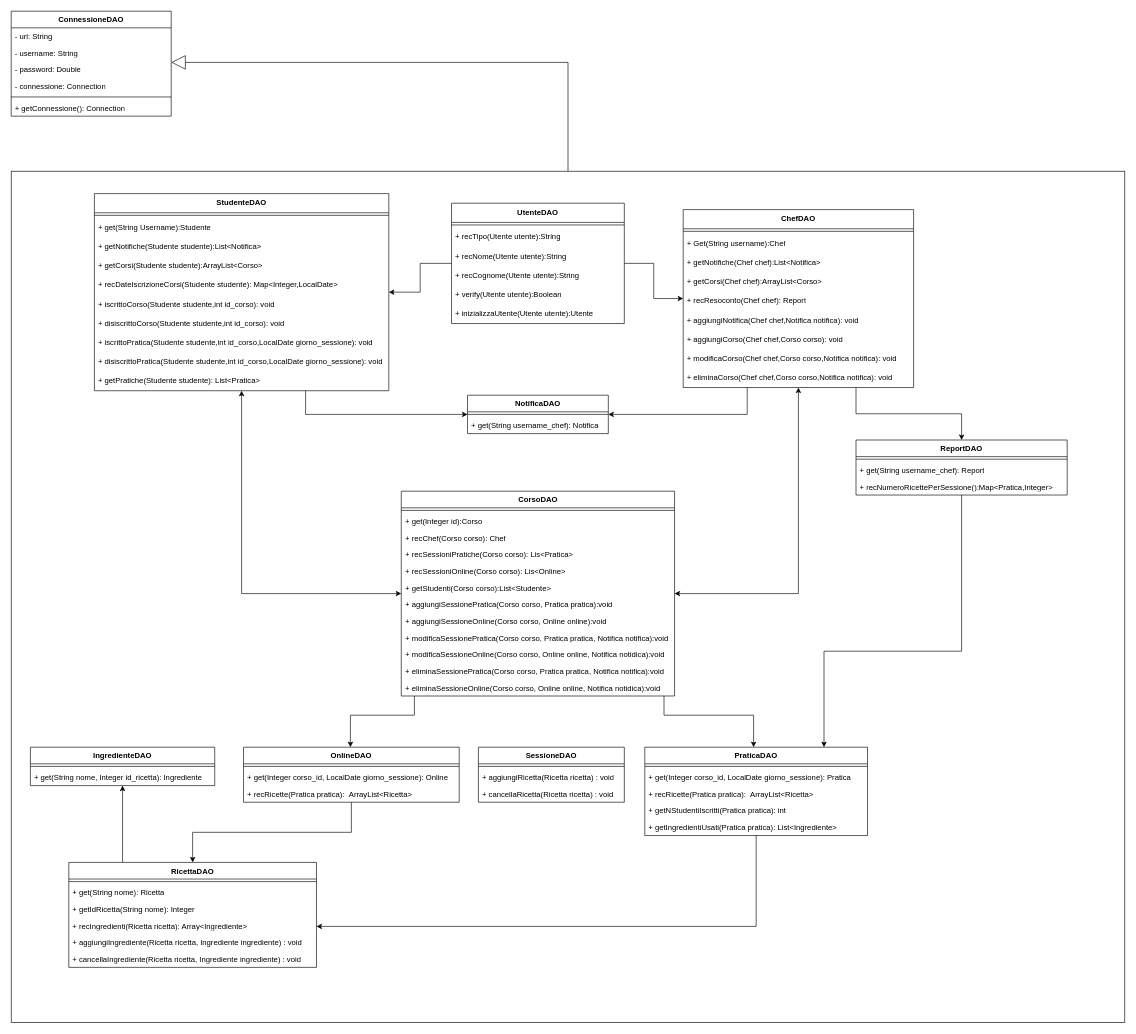
MetisWastaken/UninaFoodLab keeps this draw.io diagram as page "dao" (2 of 3) of obj/uml/UML1.drawio. Above is the earlier version. Source tidied: cells renumbered, new cells numbered last; positions are measured from the earlier drawing's top-left corner, leaving out a move shared by most shapes. Both pictures are drawn from the tidied source at 64%, with x=0, y=0 at pixel (11, 11).
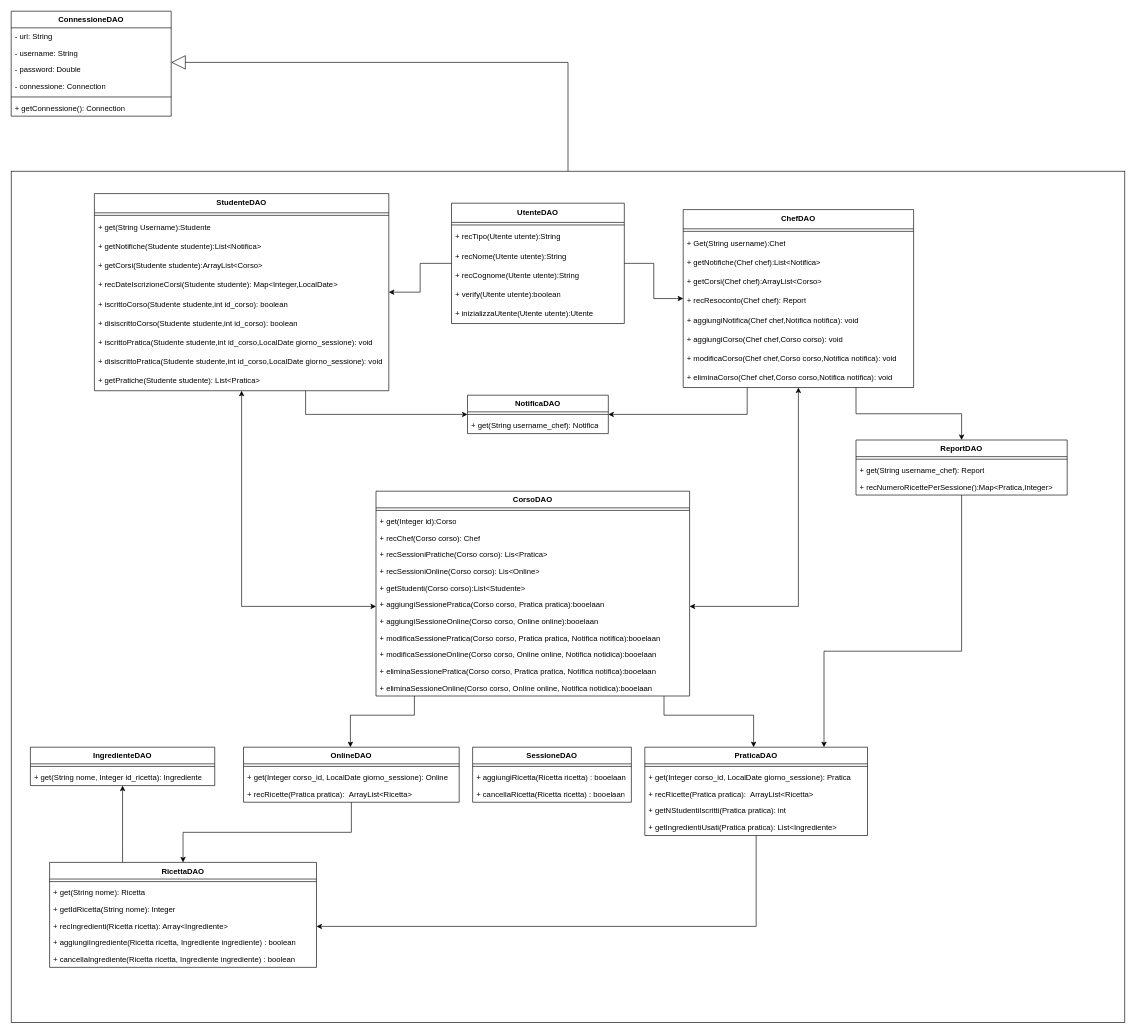
The same page after the edit.

Unchanged cells that the change refers to:
```xml
<mxCell id="65" value="&lt;b&gt;UtenteDAO&lt;/b&gt;" style="swimlane;fontStyle=0;horizontal=1;startSize=30;whiteSpace=wrap;html=1;" parent="1" vertex="1">
  <mxGeometry x="688" y="300" width="270" height="188" as="geometry" />
</mxCell>
<mxCell id="74" value="&lt;b&gt;ChefDAO&lt;/b&gt;" style="swimlane;fontStyle=0;horizontal=1;startSize=30;whiteSpace=wrap;html=1;" parent="1" vertex="1">
  <mxGeometry x="1050" y="310" width="360" height="278" as="geometry" />
</mxCell>
<mxCell id="85" value="&lt;b&gt;StudenteDAO&lt;/b&gt;" style="swimlane;fontStyle=0;horizontal=1;startSize=30;whiteSpace=wrap;html=1;" parent="1" vertex="1">
  <mxGeometry x="130" y="285" width="460" height="308" as="geometry" />
</mxCell>
```

Diff of the diagram source:
```diff
@@
     <mxCell id="12" value="RicettaDAO" style="swimlane;align=center;verticalAlign=top;horizontal=1;startSize=26;whiteSpace=wrap;html=1;" parent="1" vertex="1">
-      <mxGeometry x="90" y="1330" width="387" height="164" as="geometry" />
+      <mxGeometry x="60" y="1330" width="417" height="164" as="geometry" />
     </mxCell>
     <mxCell id="13" style="line;strokeWidth=1;fillColor=none;align=left;verticalAlign=middle;spacingTop=-1;spacingLeft=3;spacingRight=3;labelPosition=right;strokeColor=inherit;" parent="12" vertex="1">
-      <mxGeometry y="26" width="387" height="8" as="geometry" />
+      <mxGeometry y="26" width="417" height="8" as="geometry" />
     </mxCell>
     <mxCell id="14" value="+ get(String nome): Ricetta" style="text;strokeColor=none;fillColor=none;align=left;verticalAlign=top;spacingLeft=4;spacingRight=4;overflow=hidden;whiteSpace=wrap;html=1;" parent="12" vertex="1">
-      <mxGeometry y="34" width="387" height="26" as="geometry" />
+      <mxGeometry y="34" width="417" height="26" as="geometry" />
     </mxCell>
     <mxCell id="15" value="+ getIdRicetta(String nome): Integer&amp;nbsp;" style="text;strokeColor=none;fillColor=none;align=left;verticalAlign=top;spacingLeft=4;spacingRight=4;overflow=hidden;whiteSpace=wrap;html=1;" parent="12" vertex="1">
-      <mxGeometry y="60" width="387" height="26" as="geometry" />
+      <mxGeometry y="60" width="417" height="26" as="geometry" />
     </mxCell>
     <mxCell id="16" value="+ recIngredienti(Ricetta ricetta): Array&amp;lt;Ingrediente&amp;gt;" style="text;strokeColor=none;fillColor=none;align=left;verticalAlign=top;spacingLeft=4;spacingRight=4;overflow=hidden;whiteSpace=wrap;html=1;" parent="12" vertex="1">
-      <mxGeometry y="86" width="387" height="26" as="geometry" />
+      <mxGeometry y="86" width="417" height="26" as="geometry" />
     </mxCell>
-    <mxCell id="17" value="+ aggiungiIngrediente(Ricetta ricetta,&amp;nbsp;Ingrediente ingrediente) : void" style="text;strokeColor=none;fillColor=none;align=left;verticalAlign=top;spacingLeft=4;spacingRight=4;overflow=hidden;whiteSpace=wrap;html=1;" parent="12" vertex="1">
-      <mxGeometry y="112" width="387" height="26" as="geometry" />
+    <mxCell id="17" value="+ aggiungiIngrediente(Ricetta ricetta,&amp;nbsp;Ingrediente ingrediente) : boolean" style="text;strokeColor=none;fillColor=none;align=left;verticalAlign=top;spacingLeft=4;spacingRight=4;overflow=hidden;whiteSpace=wrap;html=1;" parent="12" vertex="1">
+      <mxGeometry y="112" width="417" height="26" as="geometry" />
     </mxCell>
-    <mxCell id="18" value="+ cancellaIngrediente(Ricetta ricetta,&amp;nbsp;Ingrediente ingrediente) : void" style="text;strokeColor=none;fillColor=none;align=left;verticalAlign=top;spacingLeft=4;spacingRight=4;overflow=hidden;whiteSpace=wrap;html=1;" parent="12" vertex="1">
-      <mxGeometry y="138" width="387" height="26" as="geometry" />
+    <mxCell id="18" value="+ cancellaIngrediente(Ricetta ricetta,&amp;nbsp;Ingrediente ingrediente) : boolean" style="text;strokeColor=none;fillColor=none;align=left;verticalAlign=top;spacingLeft=4;spacingRight=4;overflow=hidden;whiteSpace=wrap;html=1;" parent="12" vertex="1">
+      <mxGeometry y="138" width="417" height="26" as="geometry" />
     </mxCell>
     <mxCell id="19" value="SessioneDAO" style="swimlane;align=center;verticalAlign=top;horizontal=1;startSize=26;whiteSpace=wrap;html=1;" parent="1" vertex="1">
-      <mxGeometry x="730" y="1150" width="228" height="86" as="geometry" />
+      <mxGeometry x="721" y="1150" width="248" height="86" as="geometry" />
     </mxCell>
     <mxCell id="20" style="line;strokeWidth=1;fillColor=none;align=left;verticalAlign=middle;spacingTop=-1;spacingLeft=3;spacingRight=3;labelPosition=right;strokeColor=inherit;" parent="19" vertex="1">
-      <mxGeometry y="26" width="228" height="8" as="geometry" />
+      <mxGeometry y="26" width="248" height="8" as="geometry" />
     </mxCell>
-    <mxCell id="21" value="+ aggiungiRicetta(Ricetta ricetta) : void" style="text;strokeColor=none;fillColor=none;align=left;verticalAlign=top;spacingLeft=4;spacingRight=4;overflow=hidden;whiteSpace=wrap;html=1;" parent="19" vertex="1">
-      <mxGeometry y="34" width="228" height="26" as="geometry" />
+    <mxCell id="21" value="+ aggiungiRicetta(Ricetta ricetta) : booelaan" style="text;strokeColor=none;fillColor=none;align=left;verticalAlign=top;spacingLeft=4;spacingRight=4;overflow=hidden;whiteSpace=wrap;html=1;" parent="19" vertex="1">
+      <mxGeometry y="34" width="248" height="26" as="geometry" />
     </mxCell>
-    <mxCell id="22" value="+ cancellaRicetta(Ricetta ricetta) : void" style="text;strokeColor=none;fillColor=none;align=left;verticalAlign=top;spacingLeft=4;spacingRight=4;overflow=hidden;whiteSpace=wrap;html=1;" parent="19" vertex="1">
-      <mxGeometry y="60" width="228" height="26" as="geometry" />
+    <mxCell id="22" value="+ cancellaRicetta(Ricetta ricetta) : booelaan" style="text;strokeColor=none;fillColor=none;align=left;verticalAlign=top;spacingLeft=4;spacingRight=4;overflow=hidden;whiteSpace=wrap;html=1;" parent="19" vertex="1">
+      <mxGeometry y="60" width="248" height="26" as="geometry" />
     </mxCell>
@@
     <mxCell id="38" style="edgeStyle=orthogonalEdgeStyle;rounded=0;jettySize=auto;html=1;startArrow=classic;startFill=1;" parent="1" edge="1" source="42" target="74">
-      <mxGeometry relative="1" as="geometry" />
+      <mxGeometry relative="1" as="geometry">
+        <Array as="points">
+          <mxPoint x="1230" y="930" />
+        </Array>
+      </mxGeometry>
     </mxCell>
     <mxCell id="39" style="edgeStyle=orthogonalEdgeStyle;rounded=0;jettySize=auto;html=1;startArrow=classic;startFill=1;" parent="1" edge="1" source="42" target="85">
-      <mxGeometry relative="1" as="geometry" />
+      <mxGeometry relative="1" as="geometry">
+        <Array as="points">
+          <mxPoint x="360" y="930" />
+        </Array>
+      </mxGeometry>
     </mxCell>
@@
     <mxCell id="42" value="CorsoDAO" style="swimlane;align=center;verticalAlign=top;horizontal=1;startSize=26;whiteSpace=wrap;html=1;" parent="1" vertex="1">
-      <mxGeometry x="609.5" y="750" width="427" height="320" as="geometry" />
+      <mxGeometry x="570" y="750" width="490" height="320" as="geometry" />
     </mxCell>
     <mxCell id="43" style="line;strokeWidth=1;fillColor=none;align=left;verticalAlign=middle;spacingTop=-1;spacingLeft=3;spacingRight=3;labelPosition=right;strokeColor=inherit;" parent="42" vertex="1">
-      <mxGeometry y="26" width="427" height="8" as="geometry" />
+      <mxGeometry y="26" width="490" height="8" as="geometry" />
     </mxCell>
     <mxCell id="44" value="+ get(Integer id&lt;span style=&quot;color: light-dark(rgb(0, 0, 0), rgb(255, 255, 255)); background-color: transparent;&quot;&gt;):Corso&lt;/span&gt;" style="text;strokeColor=none;fillColor=none;align=left;verticalAlign=top;spacingLeft=4;spacingRight=4;overflow=hidden;whiteSpace=wrap;html=1;" parent="42" vertex="1">
-      <mxGeometry y="34" width="427" height="26" as="geometry" />
+      <mxGeometry y="34" width="490" height="26" as="geometry" />
     </mxCell>
     <mxCell id="45" value="+ recChef(Corso corso): Chef" style="text;strokeColor=none;fillColor=none;align=left;verticalAlign=top;spacingLeft=4;spacingRight=4;overflow=hidden;whiteSpace=wrap;html=1;" parent="42" vertex="1">
-      <mxGeometry y="60" width="427" height="26" as="geometry" />
+      <mxGeometry y="60" width="490" height="26" as="geometry" />
     </mxCell>
     <mxCell id="46" value="+ recSessioniPratiche(Corso corso): Lis&amp;lt;Pratica&amp;gt;" style="text;strokeColor=none;fillColor=none;align=left;verticalAlign=top;spacingLeft=4;spacingRight=4;overflow=hidden;whiteSpace=wrap;html=1;" parent="42" vertex="1">
-      <mxGeometry y="86" width="427" height="26" as="geometry" />
+      <mxGeometry y="86" width="490" height="26" as="geometry" />
     </mxCell>
     <mxCell id="47" value="+ recSessioniOnline(Corso corso): Lis&amp;lt;Online&amp;gt;" style="text;strokeColor=none;fillColor=none;align=left;verticalAlign=top;spacingLeft=4;spacingRight=4;overflow=hidden;whiteSpace=wrap;html=1;" parent="42" vertex="1">
-      <mxGeometry y="112" width="427" height="26" as="geometry" />
+      <mxGeometry y="112" width="490" height="26" as="geometry" />
     </mxCell>
     <mxCell id="48" value="+ getStudenti(Corso corso):List&amp;lt;Studente&amp;gt;" style="text;strokeColor=none;fillColor=none;align=left;verticalAlign=top;spacingLeft=4;spacingRight=4;overflow=hidden;whiteSpace=wrap;html=1;" parent="42" vertex="1">
-      <mxGeometry y="138" width="427" height="26" as="geometry" />
+      <mxGeometry y="138" width="490" height="26" as="geometry" />
     </mxCell>
-    <mxCell id="49" value="+ aggiungiSessionePratica(Corso corso, Pratica pratica):void" style="text;strokeColor=none;fillColor=none;align=left;verticalAlign=top;spacingLeft=4;spacingRight=4;overflow=hidden;whiteSpace=wrap;html=1;" parent="42" vertex="1">
-      <mxGeometry y="164" width="427" height="26" as="geometry" />
+    <mxCell id="49" value="+ aggiungiSessionePratica(Corso corso, Pratica pratica):booelaan" style="text;strokeColor=none;fillColor=none;align=left;verticalAlign=top;spacingLeft=4;spacingRight=4;overflow=hidden;whiteSpace=wrap;html=1;" parent="42" vertex="1">
+      <mxGeometry y="164" width="490" height="26" as="geometry" />
     </mxCell>
-    <mxCell id="50" value="+ aggiungiSessioneOnline(Corso corso,&amp;nbsp;Online online):void" style="text;strokeColor=none;fillColor=none;align=left;verticalAlign=top;spacingLeft=4;spacingRight=4;overflow=hidden;whiteSpace=wrap;html=1;" parent="42" vertex="1">
-      <mxGeometry y="190" width="427" height="26" as="geometry" />
+    <mxCell id="50" value="+ aggiungiSessioneOnline(Corso corso,&amp;nbsp;Online online):booelaan" style="text;strokeColor=none;fillColor=none;align=left;verticalAlign=top;spacingLeft=4;spacingRight=4;overflow=hidden;whiteSpace=wrap;html=1;" parent="42" vertex="1">
+      <mxGeometry y="190" width="490" height="26" as="geometry" />
     </mxCell>
-    <mxCell id="51" value="+ modificaSessionePratica(Corso corso,&amp;nbsp;Pratica pratica, Notifica notifica):void" style="text;strokeColor=none;fillColor=none;align=left;verticalAlign=top;spacingLeft=4;spacingRight=4;overflow=hidden;whiteSpace=wrap;html=1;" parent="42" vertex="1">
-      <mxGeometry y="216" width="427" height="26" as="geometry" />
+    <mxCell id="51" value="+ modificaSessionePratica(Corso corso,&amp;nbsp;Pratica pratica, Notifica notifica):booelaan" style="text;strokeColor=none;fillColor=none;align=left;verticalAlign=top;spacingLeft=4;spacingRight=4;overflow=hidden;whiteSpace=wrap;html=1;" parent="42" vertex="1">
+      <mxGeometry y="216" width="490" height="26" as="geometry" />
     </mxCell>
-    <mxCell id="52" value="+ modificaSessioneOnline(Corso corso,&amp;nbsp;Online online, Notifica notidica):void" style="text;strokeColor=none;fillColor=none;align=left;verticalAlign=top;spacingLeft=4;spacingRight=4;overflow=hidden;whiteSpace=wrap;html=1;" parent="42" vertex="1">
-      <mxGeometry y="242" width="427" height="26" as="geometry" />
+    <mxCell id="52" value="+ modificaSessioneOnline(Corso corso,&amp;nbsp;Online online, Notifica notidica):booelaan" style="text;strokeColor=none;fillColor=none;align=left;verticalAlign=top;spacingLeft=4;spacingRight=4;overflow=hidden;whiteSpace=wrap;html=1;" parent="42" vertex="1">
+      <mxGeometry y="242" width="490" height="26" as="geometry" />
     </mxCell>
-    <mxCell id="53" value="+ eliminaSessionePratica(Corso corso,&amp;nbsp;Pratica pratica, Notifica notifica):void" style="text;strokeColor=none;fillColor=none;align=left;verticalAlign=top;spacingLeft=4;spacingRight=4;overflow=hidden;whiteSpace=wrap;html=1;" parent="42" vertex="1">
-      <mxGeometry y="268" width="427" height="26" as="geometry" />
+    <mxCell id="53" value="+ eliminaSessionePratica(Corso corso,&amp;nbsp;Pratica pratica, Notifica notifica):booelaan" style="text;strokeColor=none;fillColor=none;align=left;verticalAlign=top;spacingLeft=4;spacingRight=4;overflow=hidden;whiteSpace=wrap;html=1;" parent="42" vertex="1">
+      <mxGeometry y="268" width="490" height="26" as="geometry" />
     </mxCell>
-    <mxCell id="54" value="+ eliminaSessioneOnline(Corso corso,&amp;nbsp;Online online, Notifica notidica):void" style="text;strokeColor=none;fillColor=none;align=left;verticalAlign=top;spacingLeft=4;spacingRight=4;overflow=hidden;whiteSpace=wrap;html=1;" parent="42" vertex="1">
-      <mxGeometry y="294" width="427" height="26" as="geometry" />
+    <mxCell id="54" value="+ eliminaSessioneOnline(Corso corso,&amp;nbsp;Online online, Notifica notidica):booelaan" style="text;strokeColor=none;fillColor=none;align=left;verticalAlign=top;spacingLeft=4;spacingRight=4;overflow=hidden;whiteSpace=wrap;html=1;" parent="42" vertex="1">
+      <mxGeometry y="294" width="490" height="26" as="geometry" />
     </mxCell>
@@
-    <mxCell id="70" value="+ verify(Utente utente):Boolean" style="text;strokeColor=none;fillColor=none;align=left;verticalAlign=middle;spacingLeft=4;spacingRight=4;overflow=hidden;whiteSpace=wrap;html=1;" parent="65" vertex="1">
+    <mxCell id="70" value="+ verify(Utente utente):boolean" style="text;strokeColor=none;fillColor=none;align=left;verticalAlign=middle;spacingLeft=4;spacingRight=4;overflow=hidden;whiteSpace=wrap;html=1;" parent="65" vertex="1">
       <mxGeometry y="128" width="270" height="30" as="geometry" />
     </mxCell>
@@
-    <mxCell id="91" value="+ iscrittoCorso(Studente studente,int id_corso): void" style="text;strokeColor=none;fillColor=none;align=left;verticalAlign=middle;spacingLeft=4;spacingRight=4;overflow=hidden;whiteSpace=wrap;html=1;" parent="85" vertex="1">
+    <mxCell id="91" value="+ iscrittoCorso(Studente studente,int id_corso): boolean" style="text;strokeColor=none;fillColor=none;align=left;verticalAlign=middle;spacingLeft=4;spacingRight=4;overflow=hidden;whiteSpace=wrap;html=1;" parent="85" vertex="1">
       <mxGeometry y="158" width="460" height="30" as="geometry" />
     </mxCell>
-    <mxCell id="92" value="+ disiscrittoCorso(Studente studente,int id_corso): void" style="text;strokeColor=none;fillColor=none;align=left;verticalAlign=middle;spacingLeft=4;spacingRight=4;overflow=hidden;whiteSpace=wrap;html=1;" parent="85" vertex="1">
+    <mxCell id="92" value="+ disiscrittoCorso(Studente studente,int id_corso): boolean" style="text;strokeColor=none;fillColor=none;align=left;verticalAlign=middle;spacingLeft=4;spacingRight=4;overflow=hidden;whiteSpace=wrap;html=1;" parent="85" vertex="1">
       <mxGeometry y="188" width="460" height="30" as="geometry" />
     </mxCell>
```
